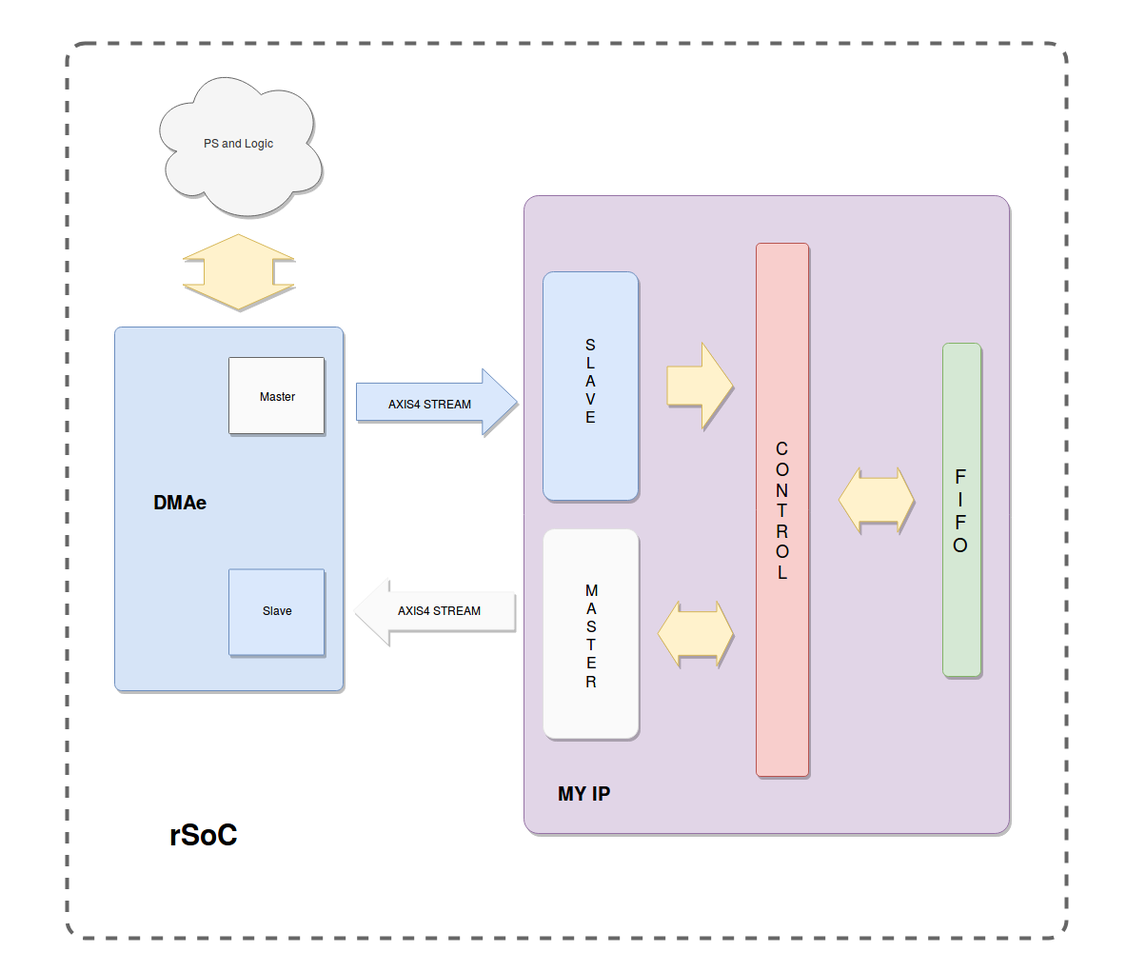
CSpyridakis/Reconfigurable-Computing keeps this draw.io diagram as doc/schematics/My-ip.png. Above is the earlier version. Source tidied: cells renumbered, new cells last; positions are measured from the earlier drawing's top-left corner, leaving out a move shared by most shapes.
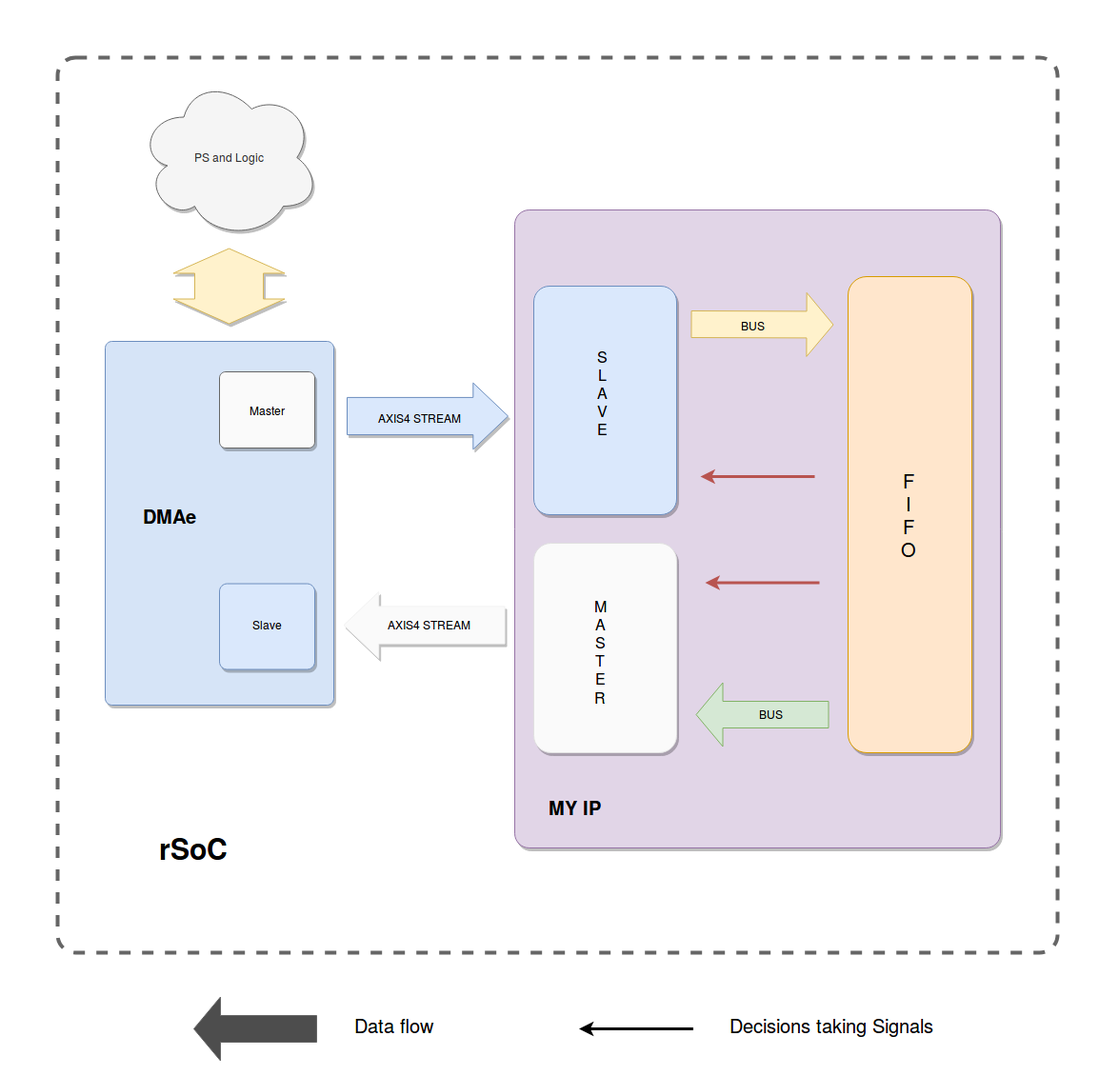
After the change.

What changed in the source:
```diff
@@ -3,7 +3,7 @@
     <mxCell id="0" />
     <mxCell id="1" parent="0" />
     <mxCell id="2" style="rounded=0;whiteSpace=wrap;html=1;strokeColor=none;" parent="1" vertex="1">
-      <mxGeometry width="1203" height="1020" as="geometry" />
+      <mxGeometry x="10" y="-15" width="1173" height="1129" as="geometry" />
     </mxCell>
     <mxCell id="3" style="rounded=1;whiteSpace=wrap;html=1;dashed=1;strokeColor=#666666;strokeWidth=4;perimeterSpacing=3;shadow=0;arcSize=2;" parent="1" vertex="1">
       <mxGeometry x="70" y="45" width="1050" height="940" as="geometry" />
@@ -21,19 +21,19 @@
       </mxGeometry>
     </mxCell>
     <mxCell id="7" style="rounded=1;whiteSpace=wrap;html=1;fillColor=#dae8fc;strokeColor=#6c8ebf;glass=0;shadow=1;arcSize=11;flipV=0;direction=south;" parent="1" vertex="1">
-      <mxGeometry x="570" y="285" width="100" height="240" as="geometry" />
+      <mxGeometry x="570" y="285" width="150" height="240" as="geometry" />
     </mxCell>
     <mxCell id="8" value="&lt;div style=&quot;font-size: 16px&quot;&gt;&lt;font style=&quot;font-size: 16px&quot;&gt;S&lt;/font&gt;&lt;/div&gt;&lt;div style=&quot;font-size: 16px&quot;&gt;&lt;font style=&quot;font-size: 16px&quot;&gt;L&lt;/font&gt;&lt;/div&gt;&lt;div style=&quot;font-size: 16px&quot;&gt;&lt;font style=&quot;font-size: 16px&quot;&gt;A&lt;/font&gt;&lt;/div&gt;&lt;div style=&quot;font-size: 16px&quot;&gt;&lt;font style=&quot;font-size: 16px&quot;&gt;V&lt;/font&gt;&lt;/div&gt;&lt;div style=&quot;font-size: 16px&quot;&gt;&lt;font style=&quot;font-size: 16px&quot;&gt;E&lt;br&gt;&lt;/font&gt;&lt;/div&gt;" style="text;html=1;strokeColor=none;fillColor=none;align=center;verticalAlign=middle;whiteSpace=wrap;rounded=0;shadow=1;glass=0;comic=0;" parent="1" vertex="1">
-      <mxGeometry x="600" y="380" width="40" height="35" as="geometry" />
+      <mxGeometry x="595" y="378" width="95" height="35" as="geometry" />
     </mxCell>
     <mxCell id="9" value="AXIS4 STREAM" style="text;html=1;strokeColor=none;fillColor=none;align=center;verticalAlign=middle;whiteSpace=wrap;rounded=0;shadow=1;glass=0;comic=0;" parent="1" vertex="1">
       <mxGeometry x="400" y="412.5" width="100" height="20" as="geometry" />
     </mxCell>
     <mxCell id="10" style="rounded=1;whiteSpace=wrap;html=1;fillColor=#FAFAFA;strokeColor=#E0E0E0;glass=0;shadow=1;arcSize=12;flipV=0;direction=south;" parent="1" vertex="1">
-      <mxGeometry x="570" y="555" width="100" height="220" as="geometry" />
+      <mxGeometry x="570" y="555" width="150" height="220" as="geometry" />
     </mxCell>
     <mxCell id="11" value="&lt;div style=&quot;font-size: 16px&quot;&gt;&lt;font style=&quot;font-size: 16px&quot;&gt;M&lt;/font&gt;&lt;/div&gt;&lt;div style=&quot;font-size: 16px&quot;&gt;&lt;font style=&quot;font-size: 16px&quot;&gt;A&lt;/font&gt;&lt;/div&gt;&lt;div style=&quot;font-size: 16px&quot;&gt;&lt;font style=&quot;font-size: 16px&quot;&gt;S&lt;/font&gt;&lt;/div&gt;&lt;div style=&quot;font-size: 16px&quot;&gt;&lt;font style=&quot;font-size: 16px&quot;&gt;T&lt;/font&gt;&lt;/div&gt;&lt;div style=&quot;font-size: 16px&quot;&gt;&lt;font style=&quot;font-size: 16px&quot;&gt;E&lt;/font&gt;&lt;/div&gt;&lt;div style=&quot;font-size: 16px&quot;&gt;&lt;font style=&quot;font-size: 16px&quot;&gt;R&lt;br&gt;&lt;/font&gt;&lt;/div&gt;" style="text;html=1;strokeColor=none;fillColor=none;align=center;verticalAlign=middle;whiteSpace=wrap;rounded=0;shadow=1;glass=0;comic=0;" parent="1" vertex="1">
-      <mxGeometry x="600" y="647.5" width="40" height="35" as="geometry" />
+      <mxGeometry x="620" y="650" width="40" height="35" as="geometry" />
     </mxCell>
     <mxCell id="12" style="shape=flexArrow;endArrow=classic;html=1;endWidth=29.583333333333336;endSize=11.891666666666667;width=39.16666666666667;shadow=1;strokeColor=#F2F2F2;fillColor=#FAFAFA;" parent="1" edge="1">
       <mxGeometry relative="1" as="geometry">
@@ -44,13 +44,13 @@
     <mxCell id="13" value="AXIS4 STREAM" style="text;html=1;strokeColor=none;fillColor=none;align=center;verticalAlign=middle;whiteSpace=wrap;rounded=0;shadow=1;glass=0;comic=0;" parent="1" vertex="1">
       <mxGeometry x="410" y="630" width="100" height="20" as="geometry" />
     </mxCell>
-    <mxCell id="14" style="rounded=1;whiteSpace=wrap;html=1;fillColor=#FAFAFA;strokeColor=#666666;glass=0;shadow=1;arcSize=1;flipV=0;direction=south;fontColor=#333333;" parent="1" vertex="1">
+    <mxCell id="14" style="rounded=1;whiteSpace=wrap;html=1;fillColor=#FAFAFA;strokeColor=#666666;glass=0;shadow=1;arcSize=8;flipV=0;direction=south;fontColor=#333333;" parent="1" vertex="1">
       <mxGeometry x="240" y="375" width="100" height="80" as="geometry" />
     </mxCell>
     <mxCell id="15" value="Master" style="text;html=1;strokeColor=none;fillColor=none;align=center;verticalAlign=middle;whiteSpace=wrap;rounded=0;shadow=1;glass=0;comic=0;" parent="1" vertex="1">
       <mxGeometry x="270" y="397.5" width="40" height="35" as="geometry" />
     </mxCell>
-    <mxCell id="16" style="rounded=1;whiteSpace=wrap;html=1;fillColor=#dae8fc;strokeColor=#6c8ebf;glass=0;shadow=1;arcSize=1;flipV=0;direction=south;" parent="1" vertex="1">
+    <mxCell id="16" style="rounded=1;whiteSpace=wrap;html=1;fillColor=#dae8fc;strokeColor=#6c8ebf;glass=0;shadow=1;arcSize=9;flipV=0;direction=south;" parent="1" vertex="1">
       <mxGeometry x="240" y="597.5" width="100" height="90" as="geometry" />
     </mxCell>
     <mxCell id="17" value="Slave" style="text;html=1;strokeColor=none;fillColor=none;align=center;verticalAlign=middle;whiteSpace=wrap;rounded=0;shadow=1;glass=0;comic=0;" parent="1" vertex="1">
@@ -59,12 +59,9 @@
     <mxCell id="18" value="&lt;font style=&quot;font-size: 20px&quot;&gt;&lt;b&gt;DMAe&lt;/b&gt;&lt;/font&gt;" style="text;html=1;strokeColor=none;fillColor=none;align=center;verticalAlign=middle;whiteSpace=wrap;rounded=0;shadow=1;glass=0;comic=0;" parent="1" vertex="1">
       <mxGeometry x="145" y="510" width="85" height="31" as="geometry" />
     </mxCell>
-    <mxCell id="19" value="&lt;div style=&quot;font-size: 20px&quot;&gt;&lt;font style=&quot;font-size: 20px&quot;&gt;F&lt;/font&gt;&lt;/div&gt;&lt;div style=&quot;font-size: 20px&quot;&gt;&lt;font style=&quot;font-size: 20px&quot;&gt;I&lt;/font&gt;&lt;/div&gt;&lt;div style=&quot;font-size: 20px&quot;&gt;&lt;font style=&quot;font-size: 20px&quot;&gt;F&lt;/font&gt;&lt;/div&gt;&lt;div style=&quot;font-size: 20px&quot;&gt;&lt;font style=&quot;font-size: 20px&quot;&gt;O&lt;br&gt;&lt;/font&gt;&lt;/div&gt;" style="rounded=1;whiteSpace=wrap;html=1;shadow=1;glass=0;comic=0;strokeColor=#82b366;fillColor=#d5e8d4;" parent="1" vertex="1">
-      <mxGeometry x="990" y="360" width="40" height="350" as="geometry" />
+    <mxCell id="19" value="&lt;div style=&quot;font-size: 20px&quot;&gt;&lt;font style=&quot;font-size: 20px&quot;&gt;F&lt;/font&gt;&lt;/div&gt;&lt;div style=&quot;font-size: 20px&quot;&gt;&lt;font style=&quot;font-size: 20px&quot;&gt;I&lt;/font&gt;&lt;/div&gt;&lt;div style=&quot;font-size: 20px&quot;&gt;&lt;font style=&quot;font-size: 20px&quot;&gt;F&lt;/font&gt;&lt;/div&gt;&lt;div style=&quot;font-size: 20px&quot;&gt;&lt;font style=&quot;font-size: 20px&quot;&gt;O&lt;br&gt;&lt;/font&gt;&lt;/div&gt;" style="rounded=1;whiteSpace=wrap;html=1;shadow=1;glass=0;comic=0;strokeColor=#d79b00;fillColor=#ffe6cc;" parent="1" vertex="1">
+      <mxGeometry x="900" y="275" width="130" height="500" as="geometry" />
     </mxCell>
-    <mxCell id="20" value="&lt;div style=&quot;font-size: 18px&quot;&gt;&lt;font style=&quot;font-size: 18px&quot;&gt;C&lt;/font&gt;&lt;/div&gt;&lt;div style=&quot;font-size: 18px&quot;&gt;&lt;font style=&quot;font-size: 18px&quot;&gt;O&lt;/font&gt;&lt;/div&gt;&lt;div style=&quot;font-size: 18px&quot;&gt;&lt;font style=&quot;font-size: 18px&quot;&gt;N&lt;/font&gt;&lt;/div&gt;&lt;div style=&quot;font-size: 18px&quot;&gt;&lt;font style=&quot;font-size: 18px&quot;&gt;T&lt;/font&gt;&lt;/div&gt;&lt;div style=&quot;font-size: 18px&quot;&gt;&lt;font style=&quot;font-size: 18px&quot;&gt;R&lt;/font&gt;&lt;/div&gt;&lt;div style=&quot;font-size: 18px&quot;&gt;&lt;font style=&quot;font-size: 18px&quot;&gt;O&lt;/font&gt;&lt;/div&gt;&lt;div style=&quot;font-size: 18px&quot;&gt;&lt;font style=&quot;font-size: 18px&quot;&gt;L&lt;/font&gt;&lt;/div&gt;" style="rounded=1;whiteSpace=wrap;html=1;shadow=1;glass=0;comic=0;strokeColor=#b85450;fillColor=#f8cecc;arcSize=8;" parent="1" vertex="1">
-      <mxGeometry x="794" y="255" width="55" height="560" as="geometry" />
-    </mxCell>
     <mxCell id="21" value="PS and Logic" style="ellipse;shape=cloud;whiteSpace=wrap;html=1;rounded=1;shadow=1;glass=0;comic=0;strokeColor=#666666;fillColor=#f5f5f5;fontColor=#333333;" parent="1" vertex="1">
       <mxGeometry x="155" y="65" width="190" height="170" as="geometry" />
     </mxCell>
@@ -77,26 +74,60 @@
     <mxCell id="23" value="&lt;font style=&quot;font-size: 20px&quot;&gt;&lt;b&gt;MY IP&lt;/b&gt;&lt;/font&gt;" style="text;html=1;strokeColor=none;fillColor=none;align=center;verticalAlign=middle;whiteSpace=wrap;rounded=0;shadow=1;glass=0;comic=0;" parent="1" vertex="1">
       <mxGeometry x="570" y="816" width="85" height="31" as="geometry" />
     </mxCell>
-    <mxCell id="24" style="shape=flexArrow;endArrow=classic;startArrow=classic;html=1;shadow=1;strokeColor=#d6b656;fillColor=#fff2cc;endWidth=21.70068027210884;endSize=5.333333333333333;startWidth=21.70068027210884;startSize=6.952380952380952;width=45.666666666666664;" parent="1" edge="1">
-      <mxGeometry relative="1" as="geometry">
-        <mxPoint x="880" y="524.5" as="sourcePoint" />
-        <mxPoint x="960" y="524.5" as="targetPoint" />
-      </mxGeometry>
-    </mxCell>
-    <mxCell id="25" style="shape=flexArrow;endArrow=classic;startArrow=classic;html=1;shadow=1;strokeColor=#d6b656;fillColor=#fff2cc;endWidth=21.70068027210884;endSize=5.333333333333333;startWidth=21.70068027210884;startSize=6.952380952380952;width=45.666666666666664;" parent="1" edge="1">
-      <mxGeometry relative="1" as="geometry">
-        <mxPoint x="690" y="665" as="sourcePoint" />
-        <mxPoint x="770" y="665" as="targetPoint" />
-      </mxGeometry>
-    </mxCell>
-    <mxCell id="26" style="shape=flexArrow;endArrow=classic;html=1;shadow=1;strokeColor=#d6b656;fillColor=#fff2cc;endWidth=50;endSize=10.5;width=40;" parent="1" edge="1">
-      <mxGeometry relative="1" as="geometry">
-        <mxPoint x="700" y="404.5" as="sourcePoint" />
-        <mxPoint x="770" y="404.5" as="targetPoint" />
-      </mxGeometry>
-    </mxCell>
     <mxCell id="27" value="&lt;b&gt;&lt;font style=&quot;font-size: 30px&quot;&gt;rSoC&lt;/font&gt;&lt;/b&gt;" style="text;html=1;strokeColor=none;fillColor=none;align=center;verticalAlign=middle;whiteSpace=wrap;rounded=0;shadow=0;dashed=1;" parent="1" vertex="1">
       <mxGeometry x="135" y="840" width="155" height="70" as="geometry" />
     </mxCell>
+    <mxCell id="28" style="shape=flexArrow;endArrow=classic;html=1;endWidth=38;endSize=9;width=28;fillColor=#fff2cc;strokeColor=#d6b656;" parent="1" edge="1">
+      <mxGeometry relative="1" as="geometry">
+        <mxPoint x="735" y="325" as="sourcePoint" />
+        <mxPoint x="885" y="325.5" as="targetPoint" />
+      </mxGeometry>
+    </mxCell>
+    <mxCell id="29" value="BUS" style="text;html=1;align=center;verticalAlign=middle;labelBackgroundColor=none;" parent="28" vertex="1">
+      <mxGeometry x="-0.16" y="3" relative="1" as="geometry">
+        <mxPoint x="1.5" y="3" as="offset" />
+      </mxGeometry>
+    </mxCell>
+    <mxCell id="30" style="shape=flexArrow;endArrow=classic;html=1;endWidth=38;endSize=9;width=28;fillColor=#d5e8d4;strokeColor=#82b366;" parent="1" edge="1">
+      <mxGeometry relative="1" as="geometry">
+        <mxPoint x="880" y="735" as="sourcePoint" />
+        <mxPoint x="740" y="735" as="targetPoint" />
+      </mxGeometry>
+    </mxCell>
+    <mxCell id="31" style="endArrow=classic;html=1;strokeWidth=3;fillColor=#f8cecc;strokeColor=#b85450;" parent="1" edge="1">
+      <mxGeometry relative="1" as="geometry">
+        <mxPoint x="865" y="485" as="sourcePoint" />
+        <mxPoint x="745" y="485" as="targetPoint" />
+      </mxGeometry>
+    </mxCell>
+    <mxCell id="32" style="endArrow=classic;html=1;strokeWidth=3;fillColor=#f8cecc;strokeColor=#b85450;" parent="1" edge="1">
+      <mxGeometry relative="1" as="geometry">
+        <mxPoint x="870" y="596.5" as="sourcePoint" />
+        <mxPoint x="750" y="596.5" as="targetPoint" />
+      </mxGeometry>
+    </mxCell>
+    <mxCell id="33" style="endArrow=classic;html=1;strokeWidth=3;fillColor=#f8cecc;strokeColor=#000000;" parent="1" edge="1">
+      <mxGeometry relative="1" as="geometry">
+        <mxPoint x="737.5" y="1065" as="sourcePoint" />
+        <mxPoint x="617.5" y="1065" as="targetPoint" />
+      </mxGeometry>
+    </mxCell>
+    <mxCell id="34" style="shape=flexArrow;endArrow=classic;html=1;endWidth=38;endSize=9;width=28;fillColor=#4D4D4D;strokeColor=#666666;" parent="1" edge="1">
+      <mxGeometry relative="1" as="geometry">
+        <mxPoint x="342.5" y="1065" as="sourcePoint" />
+        <mxPoint x="212.5" y="1065" as="targetPoint" />
+      </mxGeometry>
+    </mxCell>
+    <mxCell id="35" value="&lt;font style=&quot;font-size: 20px&quot;&gt;Data flow&lt;/font&gt;" style="text;html=1;strokeColor=none;fillColor=none;align=center;verticalAlign=middle;whiteSpace=wrap;rounded=0;glass=0;" parent="1" vertex="1">
+      <mxGeometry x="372.5" y="1045" width="100" height="30" as="geometry" />
+    </mxCell>
+    <mxCell id="36" value="&lt;font style=&quot;font-size: 20px&quot;&gt;Decisions taking Signals&lt;/font&gt;" style="text;html=1;strokeColor=none;fillColor=none;align=center;verticalAlign=middle;whiteSpace=wrap;rounded=0;glass=0;" parent="1" vertex="1">
+      <mxGeometry x="757.5" y="1045" width="250" height="30" as="geometry" />
+    </mxCell>
+    <mxCell id="37" value="BUS" style="text;html=1;align=center;verticalAlign=middle;labelBackgroundColor=none;" parent="1" vertex="1">
+      <mxGeometry x="817.8" y="730.2" as="geometry">
+        <mxPoint x="1.5" y="3" as="offset" />
+      </mxGeometry>
+    </mxCell>
   </root>
 </mxGraphModel>
```
